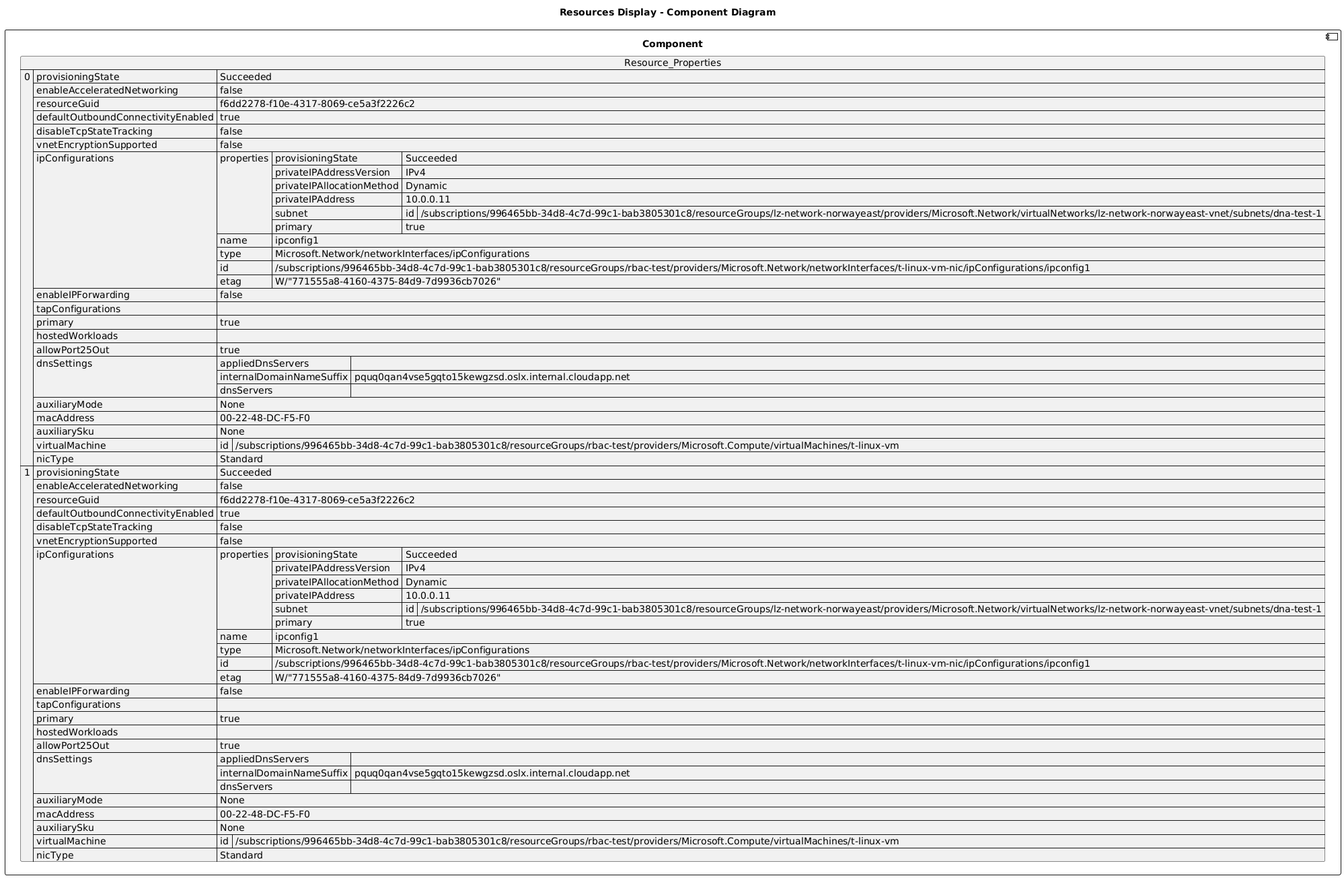
DanielAmpong/Test-Azure-architecture-diagram keeps this PlantUML diagram as diagrams/t_linux_vm_nic.png. Above is the earlier version.
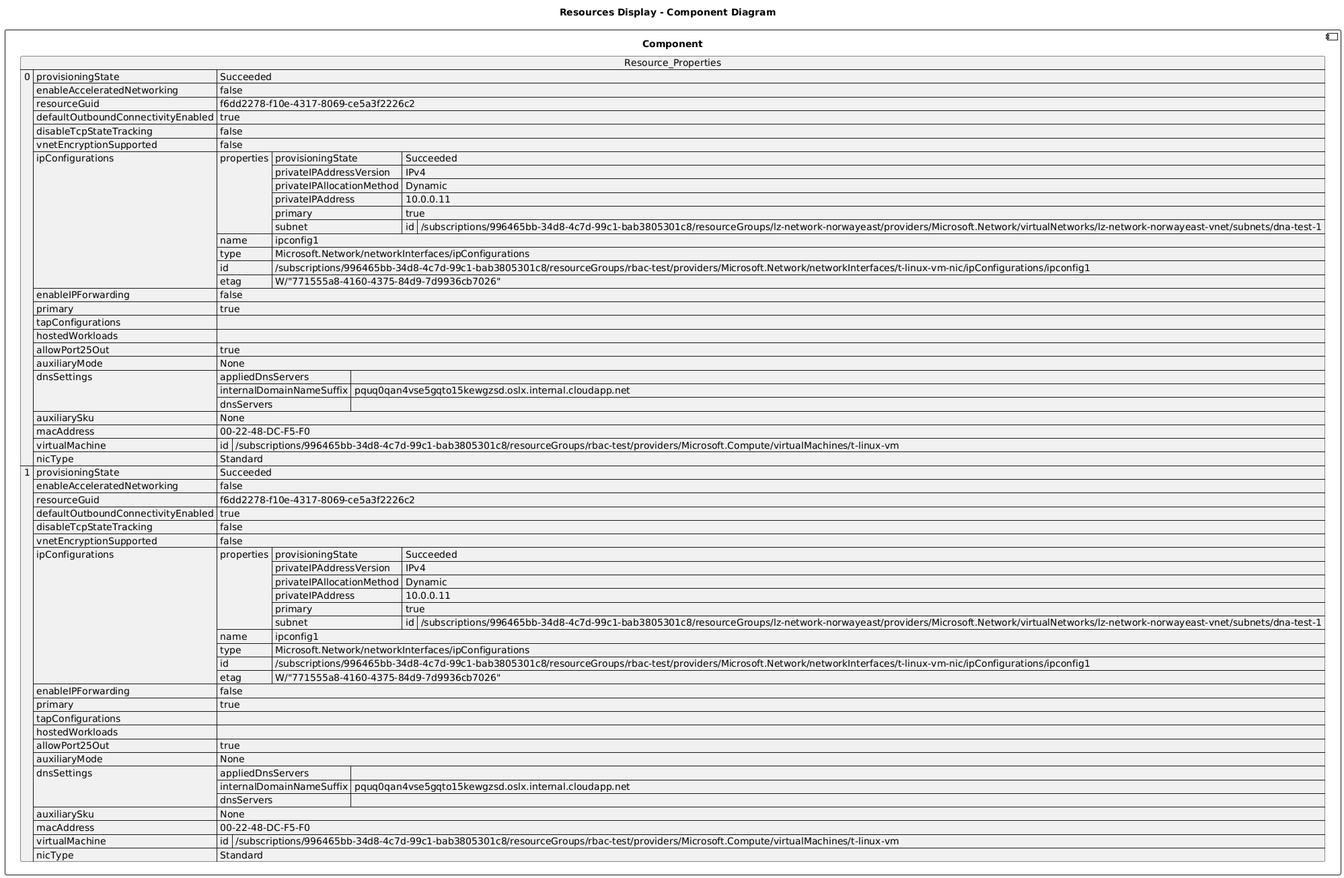
Above is the later version.

Change to the diagram source:
```diff
@@ -19,10 +19,10 @@
           "privateIPAddressVersion": "IPv4",
           "privateIPAllocationMethod": "Dynamic",
           "privateIPAddress": "10.0.0.11",
+          "primary": true,
           "subnet": {
             "id": "/subscriptions/996465bb-34d8-4c7d-99c1-bab3805301c8/resourceGroups/lz-network-norwayeast/providers/Microsoft.Network/virtualNetworks/lz-network-norwayeast-vnet/subnets/dna-test-1"
-          },
-          "primary": true
+          }
         },
         "name": "ipconfig1",
         "type": "Microsoft.Network/networkInterfaces/ipConfigurations",
@@ -31,18 +31,18 @@
       }
     ],
     "enableIPForwarding": false,
+    "primary": true,
     "tapConfigurations": [],
-    "primary": true,
     "hostedWorkloads": [],
     "allowPort25Out": true,
+    "auxiliaryMode": "None",
     "dnsSettings": {
       "appliedDnsServers": [],
       "internalDomainNameSuffix": "pquq0qan4vse5gqto15kewgzsd.oslx.internal.cloudapp.net",
       "dnsServers": []
     },
-    "auxiliaryMode": "None",
+    "auxiliarySku": "None",
     "macAddress": "00-22-48-DC-F5-F0",
-    "auxiliarySku": "None",
     "virtualMachine": {
       "id": "/subscriptions/996465bb-34d8-4c7d-99c1-bab3805301c8/resourceGroups/rbac-test/providers/Microsoft.Compute/virtualMachines/t-linux-vm"
     },
@@ -62,10 +62,10 @@
           "privateIPAddressVersion": "IPv4",
           "privateIPAllocationMethod": "Dynamic",
           "privateIPAddress": "10.0.0.11",
+          "primary": true,
           "subnet": {
             "id": "/subscriptions/996465bb-34d8-4c7d-99c1-bab3805301c8/resourceGroups/lz-network-norwayeast/providers/Microsoft.Network/virtualNetworks/lz-network-norwayeast-vnet/subnets/dna-test-1"
-          },
-          "primary": true
+          }
         },
         "name": "ipconfig1",
         "type": "Microsoft.Network/networkInterfaces/ipConfigurations",
@@ -74,18 +74,18 @@
       }
     ],
     "enableIPForwarding": false,
+    "primary": true,
     "tapConfigurations": [],
-    "primary": true,
     "hostedWorkloads": [],
     "allowPort25Out": true,
+    "auxiliaryMode": "None",
     "dnsSettings": {
       "appliedDnsServers": [],
       "internalDomainNameSuffix": "pquq0qan4vse5gqto15kewgzsd.oslx.internal.cloudapp.net",
       "dnsServers": []
     },
-    "auxiliaryMode": "None",
+    "auxiliarySku": "None",
     "macAddress": "00-22-48-DC-F5-F0",
-    "auxiliarySku": "None",
     "virtualMachine": {
       "id": "/subscriptions/996465bb-34d8-4c7d-99c1-bab3805301c8/resourceGroups/rbac-test/providers/Microsoft.Compute/virtualMachines/t-linux-vm"
     },
```
